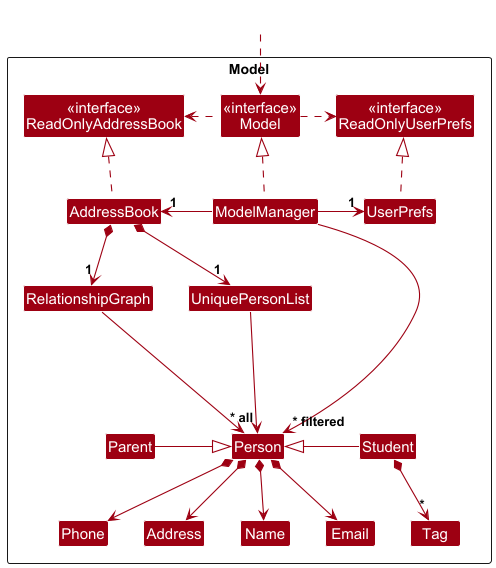
Before: docs/images/ModelClassDiagram.png, a diagram exported from PlantUML (stellecodes/tp).
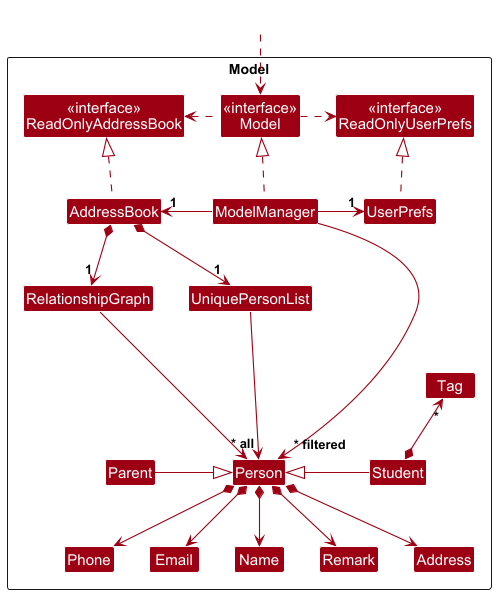
After the commit.

Commit message:
Add Remark class to model

Change to the diagram source:
```diff
@@ -21,6 +21,7 @@
 Class Email
 Class Name
 Class Phone
+Class Remark
 Class Tag
 
 Class I #FFFFFF
@@ -43,25 +44,23 @@
 RelationshipGraph -[hidden]right-> UniquePersonList
 
 UniquePersonList --> "~* all" Person
+ModelManager --> "~* filtered" Person
 RelationshipGraph --> Person
 
 Person *--> Name
 Person *--> Phone
 Person *--> Email
 Person *--> Address
-
-Name -[hidden]right-> Phone
-Phone -[hidden]right-> Email
-Email -[hidden]right-> Address
+Person *--> Remark
 
 Parent -right-|> Person
 Student -left-|> Person
-Student *--> "*" Tag
+Student *-up-> "*" Tag
 
 Parent -[hidden]right-> Phone
 
 Person -[hidden]up--> I
 UniquePersonList -[hidden]right-> I
 
-ModelManager --> "~* filtered" Person
+
 @enduml
```
